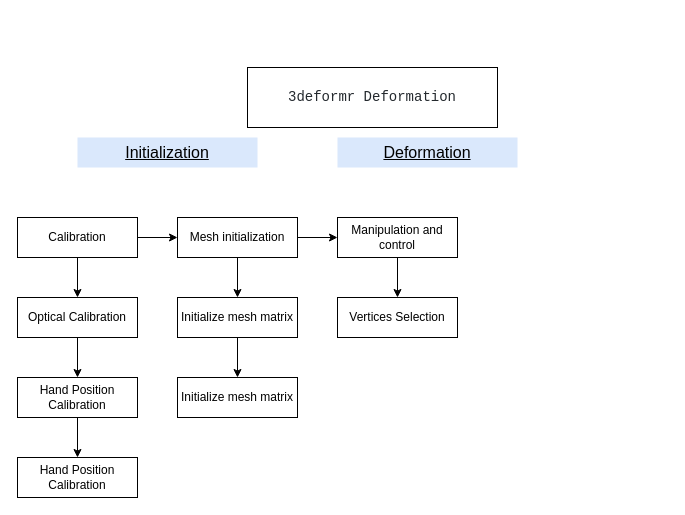
kitylam9/3deformr keeps this draw.io diagram as 3deformr_model.drawio. Above is the earlier version. Source tidied: cells renumbered, new cells numbered last; positions are measured from the earlier drawing's top-left corner, leaving out a move shared by most shapes. Both pictures are drawn from the tidied source at 100%, with x=0, y=0 at pixel (17, 67).
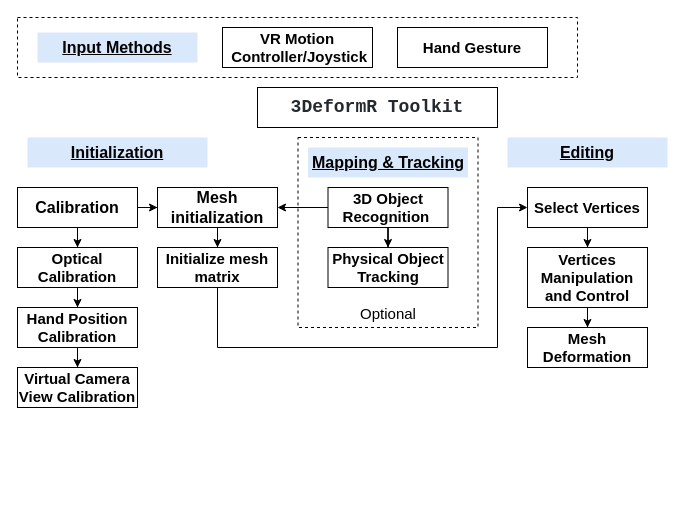
The same diagram, later.

What changed in the source:
```diff
@@
+    <mxCell id="22" style="rounded=0;whiteSpace=wrap;html=1;fontSize=15;fillColor=none;dashed=1;" parent="1" vertex="1">
+      <mxGeometry y="-50" width="560" height="60" as="geometry" />
+    </mxCell>
+    <mxCell id="23" value="&lt;br&gt;&lt;br&gt;&lt;br&gt;&lt;br&gt;&lt;br&gt;&lt;br&gt;&lt;br&gt;&lt;br&gt;&lt;br&gt;Optional" style="rounded=0;whiteSpace=wrap;html=1;fontSize=15;fillColor=none;dashed=1;" parent="1" vertex="1">
+      <mxGeometry x="280.5" y="70" width="180" height="190" as="geometry" />
+    </mxCell>
-    <mxCell id="2" value="&lt;pre id=&quot;empty-setup-new-repo-echo&quot; class=&quot;copyable-terminal-content f5&quot; style=&quot;box-sizing: border-box ; font-family: , &amp;#34;consolas&amp;#34; , &amp;#34;liberation mono&amp;#34; , &amp;#34;menlo&amp;#34; , monospace ; font-size: 14px ; margin-top: 0px ; margin-bottom: 0px ; overflow: auto ; color: rgb(36 , 41 , 46)&quot;&gt;&lt;span class=&quot;user-select-contain&quot; style=&quot;box-sizing: border-box&quot;&gt;3deformr Deformation&lt;/span&gt;&lt;/pre&gt;" style="rounded=0;whiteSpace=wrap;html=1;" parent="1" vertex="1">
-      <mxGeometry x="230" width="250" height="60" as="geometry" />
+    <mxCell id="2" value="&lt;pre id=&quot;empty-setup-new-repo-echo&quot; class=&quot;copyable-terminal-content f5&quot; style=&quot;box-sizing: border-box ; font-size: 18px ; margin-top: 0px ; margin-bottom: 0px ; overflow: auto ; color: rgb(36 , 41 , 46)&quot;&gt;&lt;span class=&quot;user-select-contain&quot; style=&quot;box-sizing: border-box ; font-size: 18px&quot;&gt;3DeformR Toolkit&lt;/span&gt;&lt;/pre&gt;" style="rounded=0;whiteSpace=wrap;html=1;fontSize=18;fontStyle=1;" parent="1" vertex="1">
+      <mxGeometry x="240" y="20" width="240" height="40" as="geometry" />
     </mxCell>
-    <mxCell id="3" value="Initialization" style="rounded=0;whiteSpace=wrap;html=1;fillColor=#dae8fc;fontSize=16;fontStyle=4;strokeColor=none;" parent="1" vertex="1">
-      <mxGeometry x="60" y="70" width="180" height="30" as="geometry" />
+    <mxCell id="3" value="Initialization" style="rounded=0;whiteSpace=wrap;html=1;fillColor=#dae8fc;fontSize=16;fontStyle=5;strokeColor=none;" parent="1" vertex="1">
+      <mxGeometry x="10" y="70" width="180" height="30" as="geometry" />
     </mxCell>
-    <mxCell id="4" style="edgeStyle=orthogonalEdgeStyle;rounded=0;jettySize=auto;html=1;fontSize=16;" parent="1" edge="1" source="6" target="18">
-      <mxGeometry relative="1" as="geometry" />
-    </mxCell>
@@
-    <mxCell id="6" value="Mesh initialization" style="rounded=0;whiteSpace=wrap;html=1;" parent="1" vertex="1">
-      <mxGeometry x="160" y="150" width="120" height="40" as="geometry" />
+    <mxCell id="6" value="Mesh initialization" style="rounded=0;whiteSpace=wrap;html=1;fontSize=16;fontStyle=1;" parent="1" vertex="1">
+      <mxGeometry x="140" y="120" width="120" height="40" as="geometry" />
     </mxCell>
@@
-    <mxCell id="9" value="Calibration" style="rounded=0;whiteSpace=wrap;html=1;" parent="1" vertex="1">
-      <mxGeometry y="150" width="120" height="40" as="geometry" />
+    <mxCell id="9" value="Calibration" style="rounded=0;whiteSpace=wrap;html=1;fontSize=16;fontStyle=1;" parent="1" vertex="1">
+      <mxGeometry y="120" width="120" height="40" as="geometry" />
     </mxCell>
@@
-    <mxCell id="11" value="&lt;div&gt;Optical Calibration&lt;/div&gt;" style="rounded=0;whiteSpace=wrap;html=1;" parent="1" vertex="1">
-      <mxGeometry y="230" width="120" height="40" as="geometry" />
+    <mxCell id="11" value="&lt;div style=&quot;font-size: 15px;&quot;&gt;Optical Calibration&lt;/div&gt;" style="rounded=0;whiteSpace=wrap;html=1;fontSize=15;fontStyle=1;" parent="1" vertex="1">
+      <mxGeometry y="180" width="120" height="40" as="geometry" />
     </mxCell>
@@
-    <mxCell id="13" value="&lt;span&gt;Hand Position Calibration&lt;/span&gt;" style="rounded=0;whiteSpace=wrap;html=1;" parent="1" vertex="1">
-      <mxGeometry y="310" width="120" height="40" as="geometry" />
+    <mxCell id="13" value="&lt;span style=&quot;font-size: 15px;&quot;&gt;Hand Position Calibration&lt;/span&gt;" style="rounded=0;whiteSpace=wrap;html=1;fontSize=15;fontStyle=1;" parent="1" vertex="1">
+      <mxGeometry y="240" width="120" height="40" as="geometry" />
     </mxCell>
-    <mxCell id="14" style="edgeStyle=orthogonalEdgeStyle;rounded=0;jettySize=auto;html=1;fontSize=16;" parent="1" edge="1" source="15" target="20">
-      <mxGeometry relative="1" as="geometry" />
-    </mxCell>
+    <mxCell id="24" style="edgeStyle=orthogonalEdgeStyle;rounded=0;jettySize=auto;html=1;entryX=0;entryY=0.5;entryDx=0;entryDy=0;fontSize=15;" parent="1" edge="1" source="15" target="30">
+      <mxGeometry relative="1" as="geometry">
+        <Array as="points">
+          <mxPoint x="200" y="280" />
+          <mxPoint x="480" y="280" />
+          <mxPoint x="480" y="140" />
+        </Array>
+      </mxGeometry>
+    </mxCell>
-    <mxCell id="15" value="Initialize mesh matrix" style="rounded=0;whiteSpace=wrap;html=1;" parent="1" vertex="1">
-      <mxGeometry x="160" y="230" width="120" height="40" as="geometry" />
+    <mxCell id="15" value="Initialize mesh matrix" style="rounded=0;whiteSpace=wrap;html=1;fontSize=15;fontStyle=1;" parent="1" vertex="1">
+      <mxGeometry x="140" y="180" width="120" height="40" as="geometry" />
     </mxCell>
-    <mxCell id="16" value="&lt;span&gt;Hand Position Calibration&lt;/span&gt;" style="rounded=0;whiteSpace=wrap;html=1;" parent="1" vertex="1">
-      <mxGeometry y="390" width="120" height="40" as="geometry" />
+    <mxCell id="16" value="&lt;span style=&quot;font-size: 15px;&quot;&gt;Virtual Camera View Calibration&lt;/span&gt;" style="rounded=0;whiteSpace=wrap;html=1;fontSize=15;fontStyle=1;" parent="1" vertex="1">
+      <mxGeometry y="300" width="120" height="40" as="geometry" />
     </mxCell>
@@
+    <mxCell id="25" style="edgeStyle=orthogonalEdgeStyle;rounded=0;jettySize=auto;html=1;fontSize=15;" parent="1" edge="1" source="18" target="6">
+      <mxGeometry relative="1" as="geometry" />
+    </mxCell>
-    <mxCell id="18" value="Manipulation and control" style="rounded=0;whiteSpace=wrap;html=1;" parent="1" vertex="1">
-      <mxGeometry x="320" y="150" width="120" height="40" as="geometry" />
+    <mxCell id="18" value="3D Object Recognition&amp;nbsp;" style="rounded=0;whiteSpace=wrap;html=1;fontSize=15;fontStyle=1;" parent="1" vertex="1">
+      <mxGeometry x="310.5" y="120" width="120" height="40" as="geometry" />
     </mxCell>
-    <mxCell id="19" value="Deformation" style="rounded=0;whiteSpace=wrap;html=1;fillColor=#dae8fc;fontSize=16;fontStyle=4;strokeColor=none;" parent="1" vertex="1">
-      <mxGeometry x="320" y="70" width="180" height="30" as="geometry" />
+    <mxCell id="19" value="Editing" style="rounded=0;whiteSpace=wrap;html=1;fillColor=#dae8fc;fontSize=16;fontStyle=5;strokeColor=none;" parent="1" vertex="1">
+      <mxGeometry x="490" y="70" width="160" height="30" as="geometry" />
     </mxCell>
-    <mxCell id="20" value="Initialize mesh matrix" style="rounded=0;whiteSpace=wrap;html=1;" parent="1" vertex="1">
-      <mxGeometry x="160" y="310" width="120" height="40" as="geometry" />
-    </mxCell>
-    <mxCell id="21" value="Vertices Selection" style="rounded=0;whiteSpace=wrap;html=1;" parent="1" vertex="1">
-      <mxGeometry x="320" y="230" width="120" height="40" as="geometry" />
+    <mxCell id="21" value="Physical Object Tracking" style="rounded=0;whiteSpace=wrap;html=1;fontSize=15;fontStyle=1;" parent="1" vertex="1">
+      <mxGeometry x="310.5" y="180" width="120" height="40" as="geometry" />
     </mxCell>
+    <mxCell id="26" value="Mapping &amp;amp; Tracking" style="rounded=0;whiteSpace=wrap;html=1;fillColor=#dae8fc;fontSize=16;fontStyle=5;strokeColor=none;" parent="1" vertex="1">
+      <mxGeometry x="290.5" y="80" width="160" height="30" as="geometry" />
+    </mxCell>
+    <mxCell id="27" style="edgeStyle=orthogonalEdgeStyle;rounded=0;jettySize=auto;html=1;fontSize=15;" parent="1" edge="1" source="28" target="32">
+      <mxGeometry relative="1" as="geometry" />
+    </mxCell>
+    <mxCell id="28" value="Vertices Manipulation and Control" style="rounded=0;whiteSpace=wrap;html=1;fontSize=15;fontStyle=1;" parent="1" vertex="1">
+      <mxGeometry x="510" y="180" width="120" height="60" as="geometry" />
+    </mxCell>
+    <mxCell id="29" style="edgeStyle=orthogonalEdgeStyle;rounded=0;jettySize=auto;html=1;entryX=0.5;entryY=0;entryDx=0;entryDy=0;fontSize=15;" parent="1" edge="1" source="30" target="28">
+      <mxGeometry relative="1" as="geometry" />
+    </mxCell>
+    <mxCell id="30" value="&lt;font style=&quot;font-size: 15px&quot;&gt;&lt;b&gt;Select Vertices&lt;/b&gt;&lt;/font&gt;" style="rounded=0;whiteSpace=wrap;html=1;" parent="1" vertex="1">
+      <mxGeometry x="510" y="120" width="120" height="40" as="geometry" />
+    </mxCell>
+    <mxCell id="31" value="&lt;b style=&quot;font-size: 15px&quot;&gt;VR Motion&lt;br&gt;&amp;nbsp;Controller/Joystick&lt;/b&gt;" style="rounded=0;whiteSpace=wrap;html=1;" parent="1" vertex="1">
+      <mxGeometry x="205" y="-40" width="150" height="40" as="geometry" />
+    </mxCell>
+    <mxCell id="32" value="&lt;font style=&quot;font-size: 15px&quot;&gt;&lt;b&gt;Mesh Deformation&lt;/b&gt;&lt;/font&gt;" style="rounded=0;whiteSpace=wrap;html=1;" parent="1" vertex="1">
+      <mxGeometry x="510" y="260" width="120" height="40" as="geometry" />
+    </mxCell>
+    <mxCell id="33" value="Input Methods" style="rounded=0;whiteSpace=wrap;html=1;fillColor=#dae8fc;fontSize=16;fontStyle=5;strokeColor=none;" parent="1" vertex="1">
+      <mxGeometry x="20" y="-35" width="160" height="30" as="geometry" />
+    </mxCell>
+    <mxCell id="34" value="&lt;span style=&quot;font-size: 15px&quot;&gt;&lt;b&gt;Hand Gesture&lt;/b&gt;&lt;/span&gt;" style="rounded=0;whiteSpace=wrap;html=1;" parent="1" vertex="1">
+      <mxGeometry x="380" y="-40" width="150" height="40" as="geometry" />
+    </mxCell>
```
